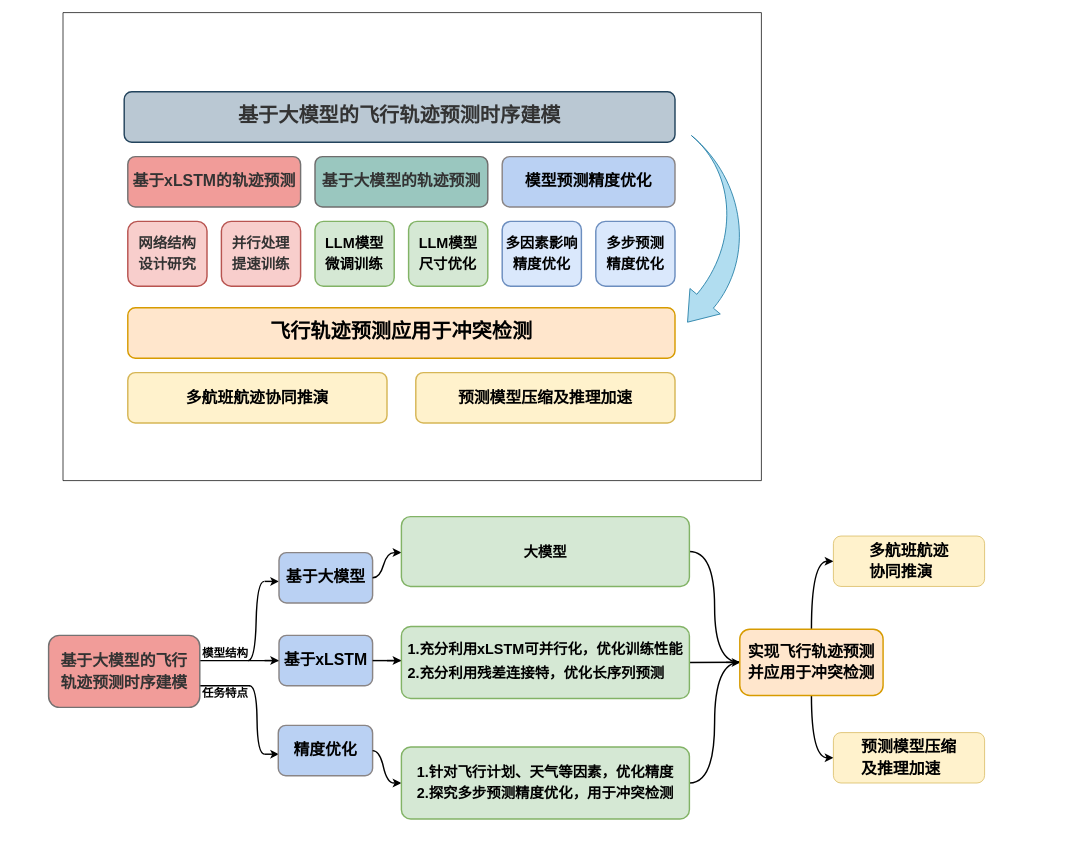
Above: 未命名绘图.drawio in MMMayongtian/myDraw (draw.io), before the change. Source tidied: cells renumbered, new cells numbered last; positions are measured from the earlier drawing's top-left corner, leaving out a move shared by most shapes. Both pictures are drawn from the tidied source at 72%, with x=0, y=0 at pixel (48, 12).
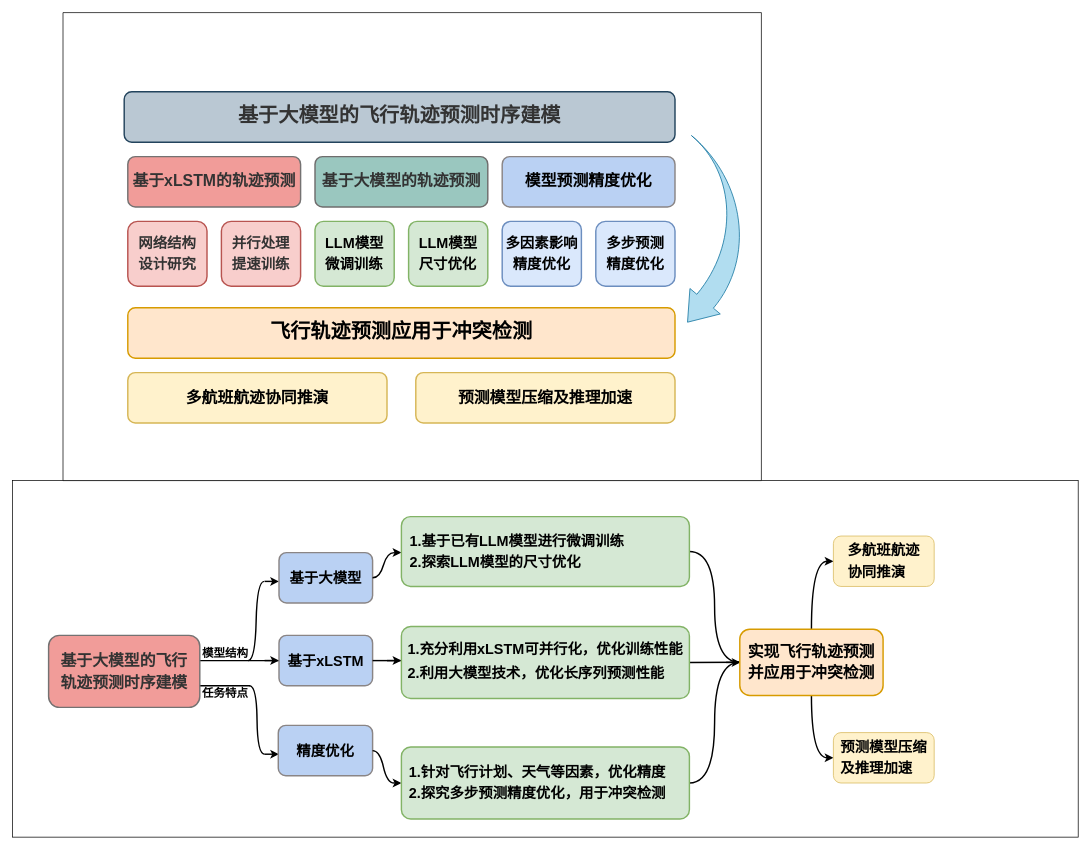
The same page after the edit.

Commit message (it also covers changes not shown here):
更新未命名绘图.drawio

Change to the diagram source:
```diff
@@
+    <mxCell id="48" style="rounded=0;whiteSpace=wrap;html=1;align=center;verticalAlign=middle;fontFamily=Helvetica;fontSize=12;" parent="1" vertex="1">
+      <mxGeometry x="-50" y="650" width="1480" height="495.2" as="geometry" />
+    </mxCell>
@@
-    <mxCell id="29" value="&lt;div style=&quot;font-size: medium; text-align: start;&quot;&gt;&lt;/div&gt;&lt;div style=&quot;text-align: start;&quot; class=&quot;document&quot;&gt;&lt;div style=&quot;font-size: 22px;&quot; class=&quot;section&quot;&gt;&lt;p style=&quot;margin: 0pt; text-align: justify; line-height: 22pt;&quot; class=&quot;paragraph text-align-type-justify&quot;&gt;&lt;span style=&quot;letter-spacing: 0pt; font-weight: bold; vertical-align: baseline;&quot;&gt;多航班航迹&lt;/span&gt;&lt;/p&gt;&lt;p style=&quot;margin: 0pt; text-align: justify; line-height: 22pt;&quot; class=&quot;paragraph text-align-type-justify&quot;&gt;&lt;span style=&quot;letter-spacing: 0pt; background-color: initial; font-weight: bold;&quot;&gt;协同推演&lt;/span&gt;&lt;br&gt;&lt;/p&gt;&lt;/div&gt;&lt;/div&gt;" style="rounded=1;whiteSpace=wrap;html=1;fillColor=#fff2cc;strokeColor=#d6b656;" parent="1" vertex="1">
-      <mxGeometry x="1090" y="727" width="210" height="70" as="geometry" />
+    <mxCell id="29" value="&lt;div style=&quot;font-size: medium; text-align: start;&quot;&gt;&lt;/div&gt;&lt;div style=&quot;text-align: start; font-size: 20px;&quot; class=&quot;document&quot;&gt;&lt;div style=&quot;&quot; class=&quot;section&quot;&gt;&lt;p style=&quot;margin: 0pt; text-align: justify; line-height: 22pt;&quot; class=&quot;paragraph text-align-type-justify&quot;&gt;&lt;span style=&quot;letter-spacing: 0pt; font-weight: bold; vertical-align: baseline;&quot;&gt;多航班航迹&lt;/span&gt;&lt;/p&gt;&lt;p style=&quot;margin: 0pt; text-align: justify; line-height: 22pt;&quot; class=&quot;paragraph text-align-type-justify&quot;&gt;&lt;span style=&quot;letter-spacing: 0pt; background-color: initial; font-weight: bold;&quot;&gt;协同推演&lt;/span&gt;&lt;br&gt;&lt;/p&gt;&lt;/div&gt;&lt;/div&gt;" style="rounded=1;whiteSpace=wrap;html=1;fillColor=#fff2cc;strokeColor=#d6b656;" parent="1" vertex="1">
+      <mxGeometry x="1090" y="727" width="140" height="70" as="geometry" />
     </mxCell>
@@
-    <mxCell id="31" value="&lt;span style=&quot;font-size: 22px;&quot;&gt;&lt;b style=&quot;&quot;&gt;&lt;font face=&quot;Helvetica&quot;&gt;精度优化&lt;/font&gt;&lt;/b&gt;&lt;/span&gt;" style="rounded=1;whiteSpace=wrap;html=1;fillColor=#bad1f3;strokeColor=#8a8585;strokeWidth=2;" parent="1" vertex="1">
+    <mxCell id="31" value="&lt;b style=&quot;&quot;&gt;&lt;font style=&quot;font-size: 20px;&quot; face=&quot;Helvetica&quot;&gt;精度优化&lt;/font&gt;&lt;/b&gt;" style="rounded=1;whiteSpace=wrap;html=1;fillColor=#bad1f3;strokeColor=#8a8585;strokeWidth=2;" parent="1" vertex="1">
       <mxGeometry x="319" y="990" width="131" height="70" as="geometry" />
     </mxCell>
-    <mxCell id="32" value="&lt;pre&gt;&lt;span style=&quot;font-size: 22px;&quot;&gt;&lt;font style=&quot;&quot; face=&quot;Helvetica&quot;&gt;&lt;b&gt;基于大模型&lt;/b&gt;&lt;/font&gt;&lt;/span&gt;&lt;/pre&gt;" style="rounded=1;whiteSpace=wrap;html=1;fillColor=#bad1f3;strokeColor=#8a8585;strokeWidth=2;" parent="1" vertex="1">
+    <mxCell id="32" value="&lt;pre&gt;&lt;font size=&quot;1&quot; style=&quot;&quot; face=&quot;Helvetica&quot;&gt;&lt;b style=&quot;font-size: 20px;&quot;&gt;基于大模型&lt;/b&gt;&lt;/font&gt;&lt;/pre&gt;" style="rounded=1;whiteSpace=wrap;html=1;fillColor=#bad1f3;strokeColor=#8a8585;strokeWidth=2;" parent="1" vertex="1">
       <mxGeometry x="320" y="750" width="130" height="70" as="geometry" />
     </mxCell>
@@
-    <mxCell id="35" value="&lt;b style=&quot;font-size: 22px;&quot;&gt;&lt;font face=&quot;Helvetica&quot;&gt;基于xLSTM&lt;/font&gt;&lt;/b&gt;" style="rounded=1;whiteSpace=wrap;html=1;fillColor=#bad1f3;strokeColor=#8a8585;strokeWidth=2;" parent="1" vertex="1">
+    <mxCell id="35" value="&lt;b style=&quot;&quot;&gt;&lt;font style=&quot;font-size: 20px;&quot; face=&quot;Helvetica&quot;&gt;基于xLSTM&lt;/font&gt;&lt;/b&gt;" style="rounded=1;whiteSpace=wrap;html=1;fillColor=#bad1f3;strokeColor=#8a8585;strokeWidth=2;" parent="1" vertex="1">
       <mxGeometry x="320" y="865" width="130" height="70" as="geometry" />
     </mxCell>
@@
-    <mxCell id="41" value="&lt;div style=&quot;font-size: medium; text-align: start;&quot;&gt;&lt;/div&gt;&lt;div style=&quot;text-align: start;&quot; class=&quot;document&quot;&gt;&lt;div style=&quot;font-size: 22px;&quot; class=&quot;section&quot;&gt;&lt;p style=&quot;margin: 0pt; text-align: justify; line-height: 22pt;&quot; class=&quot;paragraph text-align-type-justify&quot;&gt;&lt;font face=&quot;Helvetica&quot; style=&quot;font-size: 22px;&quot;&gt;&lt;b style=&quot;&quot;&gt;预测模型压缩&lt;/b&gt;&lt;/font&gt;&lt;/p&gt;&lt;p style=&quot;margin: 0pt; text-align: justify; line-height: 22pt;&quot; class=&quot;paragraph text-align-type-justify&quot;&gt;&lt;b style=&quot;background-color: initial;&quot;&gt;&lt;font face=&quot;l4p3Bl24vgnRbo7Diaym&quot;&gt;及推理加速&lt;/font&gt;&lt;/b&gt;&lt;/p&gt;&lt;/div&gt;&lt;/div&gt;" style="rounded=1;whiteSpace=wrap;html=1;fillColor=#fff2cc;strokeColor=#d6b656;" parent="1" vertex="1">
-      <mxGeometry x="1090" y="1000" width="210" height="70" as="geometry" />
+    <mxCell id="41" value="&lt;div style=&quot;font-size: medium; text-align: start;&quot;&gt;&lt;/div&gt;&lt;div style=&quot;text-align: start; font-size: 20px;&quot; class=&quot;document&quot;&gt;&lt;div style=&quot;&quot; class=&quot;section&quot;&gt;&lt;p style=&quot;margin: 0pt; text-align: justify; line-height: 22pt;&quot; class=&quot;paragraph text-align-type-justify&quot;&gt;&lt;font face=&quot;Helvetica&quot; style=&quot;font-size: 20px;&quot;&gt;&lt;b style=&quot;&quot;&gt;预测模型压缩&lt;/b&gt;&lt;/font&gt;&lt;/p&gt;&lt;p style=&quot;margin: 0pt; text-align: justify; line-height: 22pt;&quot; class=&quot;paragraph text-align-type-justify&quot;&gt;&lt;b style=&quot;background-color: initial;&quot;&gt;&lt;font style=&quot;font-size: 20px;&quot; face=&quot;l4p3Bl24vgnRbo7Diaym&quot;&gt;及推理加速&lt;/font&gt;&lt;/b&gt;&lt;/p&gt;&lt;/div&gt;&lt;/div&gt;" style="rounded=1;whiteSpace=wrap;html=1;fillColor=#fff2cc;strokeColor=#d6b656;" parent="1" vertex="1">
+      <mxGeometry x="1090" y="1000" width="140" height="70" as="geometry" />
     </mxCell>
-    <mxCell id="42" value="&lt;div style=&quot;font-size: medium; text-align: start;&quot;&gt;&lt;/div&gt;&lt;div style=&quot;text-align: start;&quot; class=&quot;document&quot;&gt;&lt;div style=&quot;&quot; class=&quot;section&quot;&gt;&lt;p style=&quot;margin: 0pt; text-align: justify; line-height: 22pt;&quot; class=&quot;paragraph text-align-type-justify&quot;&gt;&lt;font style=&quot;font-size: 20px;&quot;&gt;&lt;b style=&quot;&quot;&gt;1.充分&lt;/b&gt;&lt;/font&gt;&lt;span style=&quot;text-align: start; background-color: initial; font-size: 20px;&quot;&gt;&lt;b&gt;利用xLSTM可并行化，优化训练性能&lt;/b&gt;&lt;/span&gt;&lt;/p&gt;&lt;p style=&quot;margin: 0pt; text-align: justify; line-height: 22pt;&quot; class=&quot;paragraph text-align-type-justify&quot;&gt;&lt;font style=&quot;font-size: 20px; background-color: initial;&quot;&gt;&lt;b&gt;2.充分利用&lt;/b&gt;&lt;/font&gt;&lt;b style=&quot;font-size: 20px; background-color: initial; text-align: start;&quot;&gt;残差连接特，&lt;/b&gt;&lt;b style=&quot;font-size: 20px; background-color: initial;&quot;&gt;优化长序列预测&lt;/b&gt;&lt;br&gt;&lt;/p&gt;&lt;/div&gt;&lt;/div&gt;" style="rounded=1;whiteSpace=wrap;html=1;fillColor=#d5e8d4;strokeColor=#82b366;arcSize=13;strokeWidth=2;" parent="1" vertex="1">
+    <mxCell id="42" value="&lt;div style=&quot;font-size: medium; text-align: start;&quot;&gt;&lt;/div&gt;&lt;div style=&quot;text-align: start;&quot; class=&quot;document&quot;&gt;&lt;div style=&quot;&quot; class=&quot;section&quot;&gt;&lt;p style=&quot;margin: 0pt; text-align: justify; line-height: 22pt;&quot; class=&quot;paragraph text-align-type-justify&quot;&gt;&lt;font style=&quot;font-size: 20px;&quot;&gt;&lt;b style=&quot;&quot;&gt;1.充分&lt;/b&gt;&lt;/font&gt;&lt;span style=&quot;text-align: start; background-color: initial; font-size: 20px;&quot;&gt;&lt;b&gt;利用xLSTM可并行化，优化训练性能&lt;/b&gt;&lt;/span&gt;&lt;/p&gt;&lt;p style=&quot;margin: 0pt; text-align: justify; line-height: 22pt;&quot; class=&quot;paragraph text-align-type-justify&quot;&gt;&lt;font style=&quot;font-size: 20px; background-color: initial;&quot;&gt;&lt;b&gt;2.利用大模型技术&lt;/b&gt;&lt;/font&gt;&lt;b style=&quot;font-size: 20px; background-color: initial; text-align: start;&quot;&gt;，&lt;/b&gt;&lt;b style=&quot;font-size: 20px; background-color: initial;&quot;&gt;优化长序列预测性能&lt;/b&gt;&lt;br&gt;&lt;/p&gt;&lt;/div&gt;&lt;/div&gt;" style="rounded=1;whiteSpace=wrap;html=1;fillColor=#d5e8d4;strokeColor=#82b366;arcSize=13;strokeWidth=2;" parent="1" vertex="1">
       <mxGeometry x="490" y="852.7" width="400" height="100" as="geometry" />
     </mxCell>
@@
-    <mxCell id="44" value="&lt;div style=&quot;font-size: medium; text-align: start;&quot;&gt;&lt;/div&gt;&lt;div style=&quot;font-size: 20px; text-align: start;&quot; class=&quot;document&quot;&gt;&lt;div class=&quot;section&quot;&gt;&lt;p style=&quot;margin: 0pt; text-align: justify; line-height: 22pt;&quot; class=&quot;paragraph text-align-type-justify&quot;&gt;&lt;b style=&quot;&quot;&gt;&lt;font face=&quot;Helvetica&quot;&gt;大模型&lt;/font&gt;&lt;/b&gt;&lt;/p&gt;&lt;/div&gt;&lt;/div&gt;" style="rounded=1;whiteSpace=wrap;html=1;fillColor=#d5e8d4;strokeColor=#82b366;arcSize=13;strokeWidth=2;" parent="1" vertex="1">
+    <mxCell id="44" value="&lt;div style=&quot;font-size: medium; text-align: start;&quot;&gt;&lt;/div&gt;&lt;div style=&quot;font-size: 20px; text-align: start;&quot; class=&quot;document&quot;&gt;&lt;div class=&quot;section&quot;&gt;&lt;p style=&quot;margin: 0pt; text-align: justify; line-height: 22pt;&quot; class=&quot;paragraph text-align-type-justify&quot;&gt;&lt;b style=&quot;&quot;&gt;&lt;font face=&quot;Helvetica&quot;&gt;1.基于已有LLM模型进行微调训练&lt;/font&gt;&lt;/b&gt;&lt;/p&gt;&lt;p style=&quot;margin: 0pt; text-align: justify; line-height: 22pt;&quot; class=&quot;paragraph text-align-type-justify&quot;&gt;&lt;b style=&quot;&quot;&gt;&lt;font face=&quot;Helvetica&quot;&gt;2.探索LLM模型的尺寸优化&amp;nbsp; &amp;nbsp; &amp;nbsp; &amp;nbsp; &amp;nbsp; &amp;nbsp; &amp;nbsp; &amp;nbsp; &amp;nbsp; &amp;nbsp; &amp;nbsp; &amp;nbsp; &amp;nbsp;&lt;/font&gt;&lt;/b&gt;&lt;/p&gt;&lt;/div&gt;&lt;/div&gt;" style="rounded=1;whiteSpace=wrap;html=1;fillColor=#d5e8d4;strokeColor=#82b366;arcSize=13;strokeWidth=2;" parent="1" vertex="1">
       <mxGeometry x="490" y="700" width="400" height="97" as="geometry" />
     </mxCell>
@@
-    <mxCell id="46" value="&lt;div style=&quot;font-size: medium; text-align: start;&quot;&gt;&lt;/div&gt;&lt;div style=&quot;font-size: 20px; text-align: start;&quot; class=&quot;document&quot;&gt;&lt;div class=&quot;section&quot;&gt;&lt;p style=&quot;margin: 0pt; text-align: justify; line-height: 22pt;&quot; class=&quot;paragraph text-align-type-justify&quot;&gt;&lt;b style=&quot;&quot;&gt;&lt;font face=&quot;Helvetica&quot;&gt;1.针对飞行计划、天气等因素，优化精度&lt;/font&gt;&lt;/b&gt;&lt;/p&gt;&lt;p style=&quot;margin: 0pt; text-align: justify; line-height: 22pt;&quot; class=&quot;paragraph text-align-type-justify&quot;&gt;&lt;b style=&quot;&quot;&gt;&lt;font face=&quot;xU8WVFrdEq47StwG8pqF&quot;&gt;2.探究多步预测精度优化，用于冲突检测&lt;/font&gt;&lt;/b&gt;&lt;/p&gt;&lt;/div&gt;&lt;/div&gt;" style="rounded=1;whiteSpace=wrap;html=1;fillColor=#d5e8d4;strokeColor=#82b366;arcSize=13;strokeWidth=2;" parent="1" vertex="1">
+    <mxCell id="46" value="&lt;div style=&quot;font-size: medium; text-align: start;&quot;&gt;&lt;/div&gt;&lt;div style=&quot;font-size: 20px; text-align: start;&quot; class=&quot;document&quot;&gt;&lt;div class=&quot;section&quot;&gt;&lt;p style=&quot;margin: 0pt; text-align: justify; line-height: 22pt;&quot; class=&quot;paragraph text-align-type-justify&quot;&gt;&lt;b style=&quot;&quot;&gt;&lt;font face=&quot;Helvetica&quot;&gt;1.针对飞行计划、天气等因素，优化精度&lt;/font&gt;&lt;/b&gt;&lt;/p&gt;&lt;p style=&quot;margin: 0pt; text-align: justify; line-height: 22pt;&quot; class=&quot;paragraph text-align-type-justify&quot;&gt;&lt;b style=&quot;&quot;&gt;&lt;font face=&quot;xU8WVFrdEq47StwG8pqF&quot;&gt;2.探究多步预测精度优化，用于冲突检测&amp;nbsp; &amp;nbsp;&amp;nbsp;&lt;/font&gt;&lt;/b&gt;&lt;/p&gt;&lt;/div&gt;&lt;/div&gt;" style="rounded=1;whiteSpace=wrap;html=1;fillColor=#d5e8d4;strokeColor=#82b366;arcSize=13;strokeWidth=2;" parent="1" vertex="1">
       <mxGeometry x="490" y="1020" width="400" height="100" as="geometry" />
     </mxCell>
```
